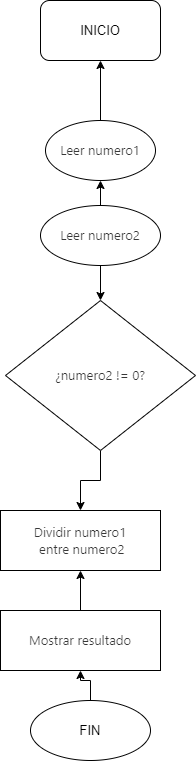
Before: Diagrama sin título.drawio.png, a diagram exported from draw.io (JeysonRomero/Taller-1). Source tidied: cells renumbered, new cells last; positions are measured from the earlier drawing's top-left corner, leaving out a move shared by most shapes. The source it was exported from:
```xml
<mxGraphModel>
  <root>
    <mxCell id="0" />
    <mxCell id="1" parent="0" />
    <mxCell id="2" style="edgeStyle=orthogonalEdgeStyle;rounded=0;jettySize=auto;html=1;entryX=0.5;entryY=1;entryDx=0;entryDy=0;strokeWidth=1;fontSize=13;" parent="1" edge="1" source="3" target="10">
      <mxGeometry relative="1" as="geometry" />
    </mxCell>
    <mxCell id="3" value="&lt;span style=&quot;color: rgba(0, 0, 0, 0.78); font-family: &amp;quot;DM Sans&amp;quot;, -apple-system, BlinkMacSystemFont, &amp;quot;Segoe UI&amp;quot;, Helvetica, Arial, sans-serif, &amp;quot;Apple Color Emoji&amp;quot;, &amp;quot;Segoe UI Emoji&amp;quot;; font-size: 13px; text-align: start; background-color: rgb(255, 255, 255);&quot;&gt;Leer numero1&lt;/span&gt;" style="ellipse;whiteSpace=wrap;html=1;strokeWidth=1;fontSize=13;" parent="1" vertex="1">
      <mxGeometry x="45" y="120" width="110" height="60" as="geometry" />
    </mxCell>
    <mxCell id="4" style="edgeStyle=orthogonalEdgeStyle;rounded=0;jettySize=auto;html=1;exitX=0.5;exitY=0;exitDx=0;exitDy=0;entryX=0.5;entryY=1;entryDx=0;entryDy=0;strokeWidth=1;fontSize=13;" parent="1" edge="1" source="6" target="3">
      <mxGeometry relative="1" as="geometry" />
    </mxCell>
    <mxCell id="5" style="edgeStyle=orthogonalEdgeStyle;rounded=0;jettySize=auto;html=1;strokeWidth=1;fontSize=13;" parent="1" edge="1" source="6" target="8">
      <mxGeometry relative="1" as="geometry" />
    </mxCell>
    <mxCell id="6" value="&lt;span style=&quot;color: rgba(0, 0, 0, 0.78); font-family: &amp;quot;DM Sans&amp;quot;, -apple-system, BlinkMacSystemFont, &amp;quot;Segoe UI&amp;quot;, Helvetica, Arial, sans-serif, &amp;quot;Apple Color Emoji&amp;quot;, &amp;quot;Segoe UI Emoji&amp;quot;; font-size: 13px; text-align: start; background-color: rgb(255, 255, 255);&quot;&gt;Leer numero2&lt;/span&gt;" style="ellipse;whiteSpace=wrap;html=1;strokeWidth=1;fontSize=13;" parent="1" vertex="1">
      <mxGeometry x="40" y="205" width="120" height="60" as="geometry" />
    </mxCell>
    <mxCell id="7" style="edgeStyle=orthogonalEdgeStyle;rounded=0;jettySize=auto;html=1;strokeWidth=1;fontSize=13;" parent="1" edge="1" source="8" target="9">
      <mxGeometry relative="1" as="geometry" />
    </mxCell>
    <mxCell id="8" value="&lt;span style=&quot;color: rgba(0, 0, 0, 0.78); font-family: &amp;quot;DM Sans&amp;quot;, -apple-system, BlinkMacSystemFont, &amp;quot;Segoe UI&amp;quot;, Helvetica, Arial, sans-serif, &amp;quot;Apple Color Emoji&amp;quot;, &amp;quot;Segoe UI Emoji&amp;quot;; font-size: 13px; text-align: start; background-color: rgb(255, 255, 255);&quot;&gt;¿numero2 != 0?&lt;/span&gt;" style="rhombus;whiteSpace=wrap;html=1;strokeWidth=1;fontSize=13;" parent="1" vertex="1">
      <mxGeometry x="5" y="300" width="190" height="150" as="geometry" />
    </mxCell>
    <mxCell id="9" value="&lt;span style=&quot;color: rgba(0, 0, 0, 0.78); font-family: &amp;quot;DM Sans&amp;quot;, -apple-system, BlinkMacSystemFont, &amp;quot;Segoe UI&amp;quot;, Helvetica, Arial, sans-serif, &amp;quot;Apple Color Emoji&amp;quot;, &amp;quot;Segoe UI Emoji&amp;quot;; font-size: 13px; text-align: start; background-color: rgb(255, 255, 255);&quot;&gt;Dividir numero1&lt;/span&gt;&lt;div style=&quot;font-size: 13px;&quot;&gt;&lt;span style=&quot;color: rgba(0, 0, 0, 0.78); font-family: &amp;quot;DM Sans&amp;quot;, -apple-system, BlinkMacSystemFont, &amp;quot;Segoe UI&amp;quot;, Helvetica, Arial, sans-serif, &amp;quot;Apple Color Emoji&amp;quot;, &amp;quot;Segoe UI Emoji&amp;quot;; font-size: 13px; text-align: start; background-color: rgb(255, 255, 255);&quot;&gt;&amp;nbsp;entre numero2&lt;/span&gt;&lt;/div&gt;" style="rounded=0;whiteSpace=wrap;html=1;strokeWidth=1;fontSize=13;" parent="1" vertex="1">
      <mxGeometry y="510" width="160" height="60" as="geometry" />
    </mxCell>
    <mxCell id="10" value="INICIO" style="rounded=1;whiteSpace=wrap;html=1;strokeWidth=1;fontSize=13;" parent="1" vertex="1">
      <mxGeometry x="40" width="120" height="60" as="geometry" />
    </mxCell>
    <mxCell id="11" style="edgeStyle=orthogonalEdgeStyle;rounded=0;jettySize=auto;html=1;strokeWidth=1;fontSize=13;" parent="1" edge="1" source="12" target="9">
      <mxGeometry relative="1" as="geometry" />
    </mxCell>
    <mxCell id="12" value="&lt;span style=&quot;color: rgba(0, 0, 0, 0.78); font-family: &amp;quot;DM Sans&amp;quot;, -apple-system, BlinkMacSystemFont, &amp;quot;Segoe UI&amp;quot;, Helvetica, Arial, sans-serif, &amp;quot;Apple Color Emoji&amp;quot;, &amp;quot;Segoe UI Emoji&amp;quot;; font-size: 13px; text-align: start; background-color: rgb(255, 255, 255);&quot;&gt;Mostrar resultado&lt;/span&gt;" style="rounded=0;whiteSpace=wrap;html=1;strokeWidth=1;fontSize=13;" parent="1" vertex="1">
      <mxGeometry y="610" width="160" height="60" as="geometry" />
    </mxCell>
    <mxCell id="13" style="edgeStyle=orthogonalEdgeStyle;rounded=0;jettySize=auto;html=1;strokeWidth=1;fontSize=13;" parent="1" edge="1" source="14" target="12">
      <mxGeometry relative="1" as="geometry" />
    </mxCell>
    <mxCell id="14" value="FIN" style="ellipse;whiteSpace=wrap;html=1;strokeWidth=1;fontSize=13;" parent="1" vertex="1">
      <mxGeometry x="30" y="700" width="120" height="60" as="geometry" />
    </mxCell>
  </root>
</mxGraphModel>
```
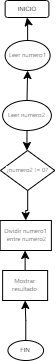
Later version of the same file.

Change to the diagram source:
```diff
@@ -2,44 +2,44 @@
   <root>
     <mxCell id="0" />
     <mxCell id="1" parent="0" />
-    <mxCell id="2" style="edgeStyle=orthogonalEdgeStyle;rounded=0;jettySize=auto;html=1;entryX=0.5;entryY=1;entryDx=0;entryDy=0;strokeWidth=1;fontSize=13;" parent="1" edge="1" source="3" target="10">
+    <mxCell id="2" style="edgeStyle=orthogonalEdgeStyle;rounded=0;jettySize=auto;html=1;entryX=0.5;entryY=1;entryDx=0;entryDy=0;strokeWidth=1;fontSize=6;" parent="1" edge="1" source="3" target="10">
       <mxGeometry relative="1" as="geometry" />
     </mxCell>
-    <mxCell id="3" value="&lt;span style=&quot;color: rgba(0, 0, 0, 0.78); font-family: &amp;quot;DM Sans&amp;quot;, -apple-system, BlinkMacSystemFont, &amp;quot;Segoe UI&amp;quot;, Helvetica, Arial, sans-serif, &amp;quot;Apple Color Emoji&amp;quot;, &amp;quot;Segoe UI Emoji&amp;quot;; font-size: 13px; text-align: start; background-color: rgb(255, 255, 255);&quot;&gt;Leer numero1&lt;/span&gt;" style="ellipse;whiteSpace=wrap;html=1;strokeWidth=1;fontSize=13;" parent="1" vertex="1">
-      <mxGeometry x="45" y="120" width="110" height="60" as="geometry" />
+    <mxCell id="3" value="&lt;span style=&quot;color: rgba(0, 0, 0, 0.78); font-family: &amp;quot;DM Sans&amp;quot;, -apple-system, BlinkMacSystemFont, &amp;quot;Segoe UI&amp;quot;, Helvetica, Arial, sans-serif, &amp;quot;Apple Color Emoji&amp;quot;, &amp;quot;Segoe UI Emoji&amp;quot;; font-size: 6px; text-align: start; background-color: rgb(255, 255, 255);&quot;&gt;Leer numero1&lt;/span&gt;" style="ellipse;whiteSpace=wrap;html=1;strokeWidth=1;fontSize=6;" parent="1" vertex="1">
+      <mxGeometry x="55.6" y="30" width="45" height="30" as="geometry" />
     </mxCell>
-    <mxCell id="4" style="edgeStyle=orthogonalEdgeStyle;rounded=0;jettySize=auto;html=1;exitX=0.5;exitY=0;exitDx=0;exitDy=0;entryX=0.5;entryY=1;entryDx=0;entryDy=0;strokeWidth=1;fontSize=13;" parent="1" edge="1" source="6" target="3">
+    <mxCell id="4" style="edgeStyle=orthogonalEdgeStyle;rounded=0;jettySize=auto;html=1;exitX=0.5;exitY=0;exitDx=0;exitDy=0;entryX=0.5;entryY=1;entryDx=0;entryDy=0;strokeWidth=1;fontSize=6;" parent="1" edge="1" source="6" target="3">
       <mxGeometry relative="1" as="geometry" />
     </mxCell>
-    <mxCell id="5" style="edgeStyle=orthogonalEdgeStyle;rounded=0;jettySize=auto;html=1;strokeWidth=1;fontSize=13;" parent="1" edge="1" source="6" target="8">
+    <mxCell id="5" style="edgeStyle=orthogonalEdgeStyle;rounded=0;jettySize=auto;html=1;strokeWidth=1;fontSize=6;" parent="1" edge="1" source="6" target="8">
       <mxGeometry relative="1" as="geometry" />
     </mxCell>
-    <mxCell id="6" value="&lt;span style=&quot;color: rgba(0, 0, 0, 0.78); font-family: &amp;quot;DM Sans&amp;quot;, -apple-system, BlinkMacSystemFont, &amp;quot;Segoe UI&amp;quot;, Helvetica, Arial, sans-serif, &amp;quot;Apple Color Emoji&amp;quot;, &amp;quot;Segoe UI Emoji&amp;quot;; font-size: 13px; text-align: start; background-color: rgb(255, 255, 255);&quot;&gt;Leer numero2&lt;/span&gt;" style="ellipse;whiteSpace=wrap;html=1;strokeWidth=1;fontSize=13;" parent="1" vertex="1">
-      <mxGeometry x="40" y="205" width="120" height="60" as="geometry" />
+    <mxCell id="6" value="&lt;span style=&quot;color: rgba(0, 0, 0, 0.78); font-family: &amp;quot;DM Sans&amp;quot;, -apple-system, BlinkMacSystemFont, &amp;quot;Segoe UI&amp;quot;, Helvetica, Arial, sans-serif, &amp;quot;Apple Color Emoji&amp;quot;, &amp;quot;Segoe UI Emoji&amp;quot;; font-size: 6px; text-align: start; background-color: rgb(255, 255, 255);&quot;&gt;Leer numero2&lt;/span&gt;" style="ellipse;whiteSpace=wrap;html=1;strokeWidth=1;fontSize=6;" parent="1" vertex="1">
+      <mxGeometry x="53.1" y="90" width="48.7" height="30" as="geometry" />
     </mxCell>
-    <mxCell id="7" style="edgeStyle=orthogonalEdgeStyle;rounded=0;jettySize=auto;html=1;strokeWidth=1;fontSize=13;" parent="1" edge="1" source="8" target="9">
+    <mxCell id="7" style="edgeStyle=orthogonalEdgeStyle;rounded=0;jettySize=auto;html=1;strokeWidth=1;fontSize=6;" parent="1" edge="1" source="8" target="9">
       <mxGeometry relative="1" as="geometry" />
     </mxCell>
-    <mxCell id="8" value="&lt;span style=&quot;color: rgba(0, 0, 0, 0.78); font-family: &amp;quot;DM Sans&amp;quot;, -apple-system, BlinkMacSystemFont, &amp;quot;Segoe UI&amp;quot;, Helvetica, Arial, sans-serif, &amp;quot;Apple Color Emoji&amp;quot;, &amp;quot;Segoe UI Emoji&amp;quot;; font-size: 13px; text-align: start; background-color: rgb(255, 255, 255);&quot;&gt;¿numero2 != 0?&lt;/span&gt;" style="rhombus;whiteSpace=wrap;html=1;strokeWidth=1;fontSize=13;" parent="1" vertex="1">
-      <mxGeometry x="5" y="300" width="190" height="150" as="geometry" />
+    <mxCell id="8" value="&lt;span style=&quot;color: rgba(0, 0, 0, 0.78); font-family: &amp;quot;DM Sans&amp;quot;, -apple-system, BlinkMacSystemFont, &amp;quot;Segoe UI&amp;quot;, Helvetica, Arial, sans-serif, &amp;quot;Apple Color Emoji&amp;quot;, &amp;quot;Segoe UI Emoji&amp;quot;; font-size: 6px; text-align: start; background-color: rgb(255, 255, 255);&quot;&gt;¿numero2 != 0?&lt;/span&gt;" style="rhombus;whiteSpace=wrap;html=1;strokeWidth=1;fontSize=6;" parent="1" vertex="1">
+      <mxGeometry x="50.9" y="140" width="54.4" height="40" as="geometry" />
     </mxCell>
-    <mxCell id="9" value="&lt;span style=&quot;color: rgba(0, 0, 0, 0.78); font-family: &amp;quot;DM Sans&amp;quot;, -apple-system, BlinkMacSystemFont, &amp;quot;Segoe UI&amp;quot;, Helvetica, Arial, sans-serif, &amp;quot;Apple Color Emoji&amp;quot;, &amp;quot;Segoe UI Emoji&amp;quot;; font-size: 13px; text-align: start; background-color: rgb(255, 255, 255);&quot;&gt;Dividir numero1&lt;/span&gt;&lt;div style=&quot;font-size: 13px;&quot;&gt;&lt;span style=&quot;color: rgba(0, 0, 0, 0.78); font-family: &amp;quot;DM Sans&amp;quot;, -apple-system, BlinkMacSystemFont, &amp;quot;Segoe UI&amp;quot;, Helvetica, Arial, sans-serif, &amp;quot;Apple Color Emoji&amp;quot;, &amp;quot;Segoe UI Emoji&amp;quot;; font-size: 13px; text-align: start; background-color: rgb(255, 255, 255);&quot;&gt;&amp;nbsp;entre numero2&lt;/span&gt;&lt;/div&gt;" style="rounded=0;whiteSpace=wrap;html=1;strokeWidth=1;fontSize=13;" parent="1" vertex="1">
-      <mxGeometry y="510" width="160" height="60" as="geometry" />
+    <mxCell id="9" value="&lt;span style=&quot;color: rgba(0, 0, 0, 0.78); font-family: &amp;quot;DM Sans&amp;quot;, -apple-system, BlinkMacSystemFont, &amp;quot;Segoe UI&amp;quot;, Helvetica, Arial, sans-serif, &amp;quot;Apple Color Emoji&amp;quot;, &amp;quot;Segoe UI Emoji&amp;quot;; font-size: 6px; text-align: start; background-color: rgb(255, 255, 255);&quot;&gt;Dividir numero1&lt;/span&gt;&lt;div style=&quot;font-size: 6px;&quot;&gt;&lt;span style=&quot;color: rgba(0, 0, 0, 0.78); font-family: &amp;quot;DM Sans&amp;quot;, -apple-system, BlinkMacSystemFont, &amp;quot;Segoe UI&amp;quot;, Helvetica, Arial, sans-serif, &amp;quot;Apple Color Emoji&amp;quot;, &amp;quot;Segoe UI Emoji&amp;quot;; font-size: 6px; text-align: start; background-color: rgb(255, 255, 255);&quot;&gt;&amp;nbsp;entre numero2&lt;/span&gt;&lt;/div&gt;" style="rounded=0;whiteSpace=wrap;html=1;strokeWidth=1;fontSize=6;" parent="1" vertex="1">
+      <mxGeometry x="50.6" y="210" width="51.2" height="30" as="geometry" />
     </mxCell>
-    <mxCell id="10" value="INICIO" style="rounded=1;whiteSpace=wrap;html=1;strokeWidth=1;fontSize=13;" parent="1" vertex="1">
-      <mxGeometry x="40" width="120" height="60" as="geometry" />
+    <mxCell id="10" value="INICIO" style="rounded=1;whiteSpace=wrap;html=1;strokeWidth=1;fontSize=6;" parent="1" vertex="1">
+      <mxGeometry x="55.6" y="-10" width="43.8" height="17" as="geometry" />
     </mxCell>
-    <mxCell id="11" style="edgeStyle=orthogonalEdgeStyle;rounded=0;jettySize=auto;html=1;strokeWidth=1;fontSize=13;" parent="1" edge="1" source="12" target="9">
+    <mxCell id="11" style="edgeStyle=orthogonalEdgeStyle;rounded=0;jettySize=auto;html=1;strokeWidth=1;fontSize=6;" parent="1" edge="1" source="12" target="9">
       <mxGeometry relative="1" as="geometry" />
     </mxCell>
-    <mxCell id="12" value="&lt;span style=&quot;color: rgba(0, 0, 0, 0.78); font-family: &amp;quot;DM Sans&amp;quot;, -apple-system, BlinkMacSystemFont, &amp;quot;Segoe UI&amp;quot;, Helvetica, Arial, sans-serif, &amp;quot;Apple Color Emoji&amp;quot;, &amp;quot;Segoe UI Emoji&amp;quot;; font-size: 13px; text-align: start; background-color: rgb(255, 255, 255);&quot;&gt;Mostrar resultado&lt;/span&gt;" style="rounded=0;whiteSpace=wrap;html=1;strokeWidth=1;fontSize=13;" parent="1" vertex="1">
-      <mxGeometry y="610" width="160" height="60" as="geometry" />
+    <mxCell id="12" value="&lt;span style=&quot;color: rgba(0, 0, 0, 0.78); font-family: &amp;quot;DM Sans&amp;quot;, -apple-system, BlinkMacSystemFont, &amp;quot;Segoe UI&amp;quot;, Helvetica, Arial, sans-serif, &amp;quot;Apple Color Emoji&amp;quot;, &amp;quot;Segoe UI Emoji&amp;quot;; font-size: 6px; text-align: start; background-color: rgb(255, 255, 255);&quot;&gt;Mostrar resultado&lt;/span&gt;" style="rounded=0;whiteSpace=wrap;html=1;strokeWidth=1;fontSize=6;" parent="1" vertex="1">
+      <mxGeometry x="53.1" y="260" width="45" height="30" as="geometry" />
     </mxCell>
-    <mxCell id="13" style="edgeStyle=orthogonalEdgeStyle;rounded=0;jettySize=auto;html=1;strokeWidth=1;fontSize=13;" parent="1" edge="1" source="14" target="12">
+    <mxCell id="13" style="edgeStyle=orthogonalEdgeStyle;rounded=0;jettySize=auto;html=1;strokeWidth=1;fontSize=6;" parent="1" edge="1" source="14" target="12">
       <mxGeometry relative="1" as="geometry" />
     </mxCell>
-    <mxCell id="14" value="FIN" style="ellipse;whiteSpace=wrap;html=1;strokeWidth=1;fontSize=13;" parent="1" vertex="1">
-      <mxGeometry x="30" y="700" width="120" height="60" as="geometry" />
+    <mxCell id="14" value="FIN" style="ellipse;whiteSpace=wrap;html=1;strokeWidth=1;fontSize=6;" parent="1" vertex="1">
+      <mxGeometry x="58.4" y="330" width="35.6" height="20" as="geometry" />
     </mxCell>
   </root>
 </mxGraphModel>
```
